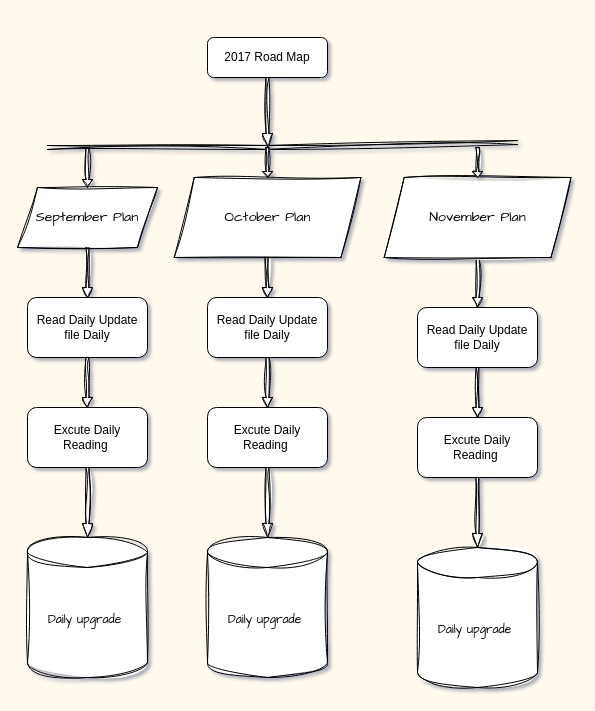
Earlier version of the draw.io diagram Untitled Diagram.drawio (Kmazengia/Design). Source tidied: cells renumbered, new cells numbered last; positions are measured from the earlier drawing's top-left corner, leaving out a move shared by most shapes. Both pictures are drawn from the tidied source at 100%, with x=0, y=0 at pixel (17, 37).
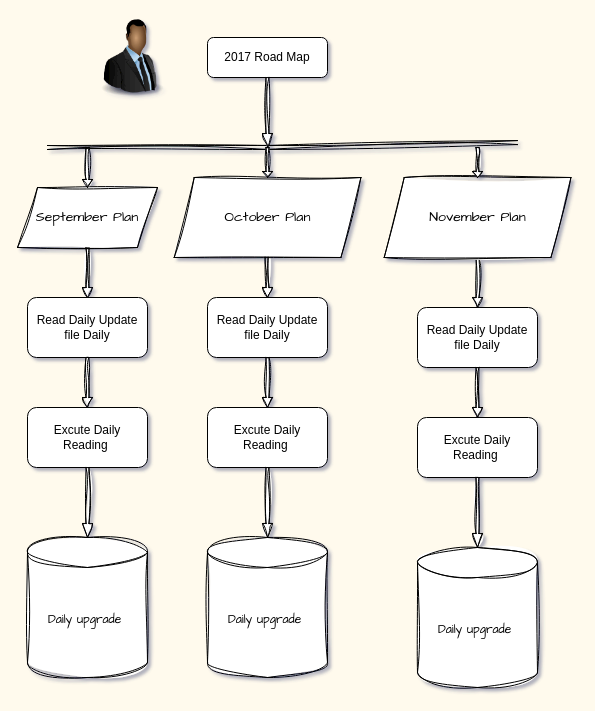
The same page after the edit.

The edit, as a diff of the source:
```diff
@@
+    <mxCell id="30" style="image;html=1;image=img/lib/clip_art/people/Suit_Man_Black_128x128.png;sketch=1;hachureGap=4;jiggle=2;curveFitting=1;fontFamily=Architects Daughter;" parent="1" vertex="1">
+      <mxGeometry x="75" y="-20" width="80" height="80" as="geometry" />
+    </mxCell>
```
